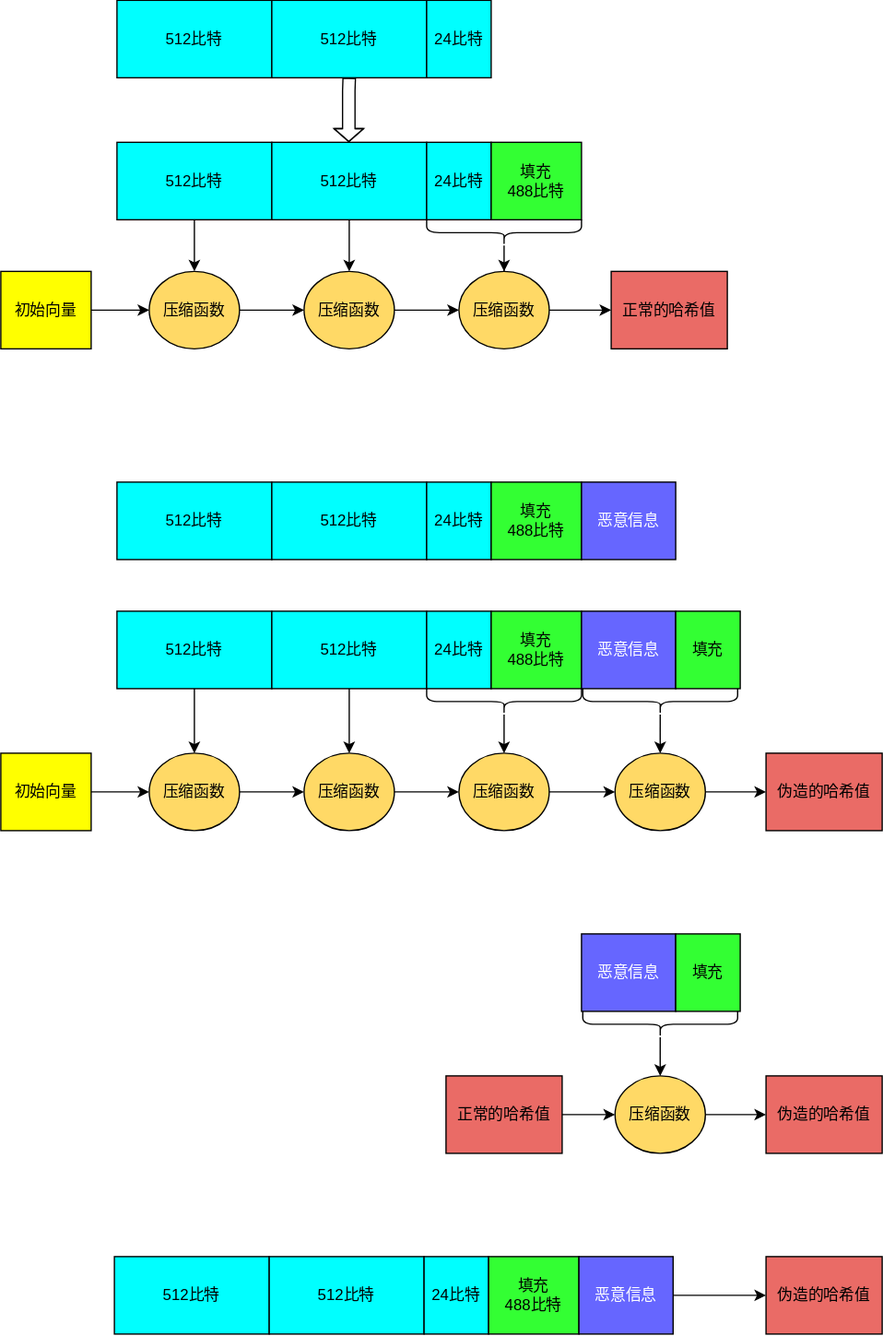
Above: Untitled Diagram.drawio.svg in douyipu/Diagrams.net (draw.io), before the change. Source tidied: cells renumbered, new cells last; positions are measured from the earlier drawing's top-left corner, leaving out a move shared by most shapes.
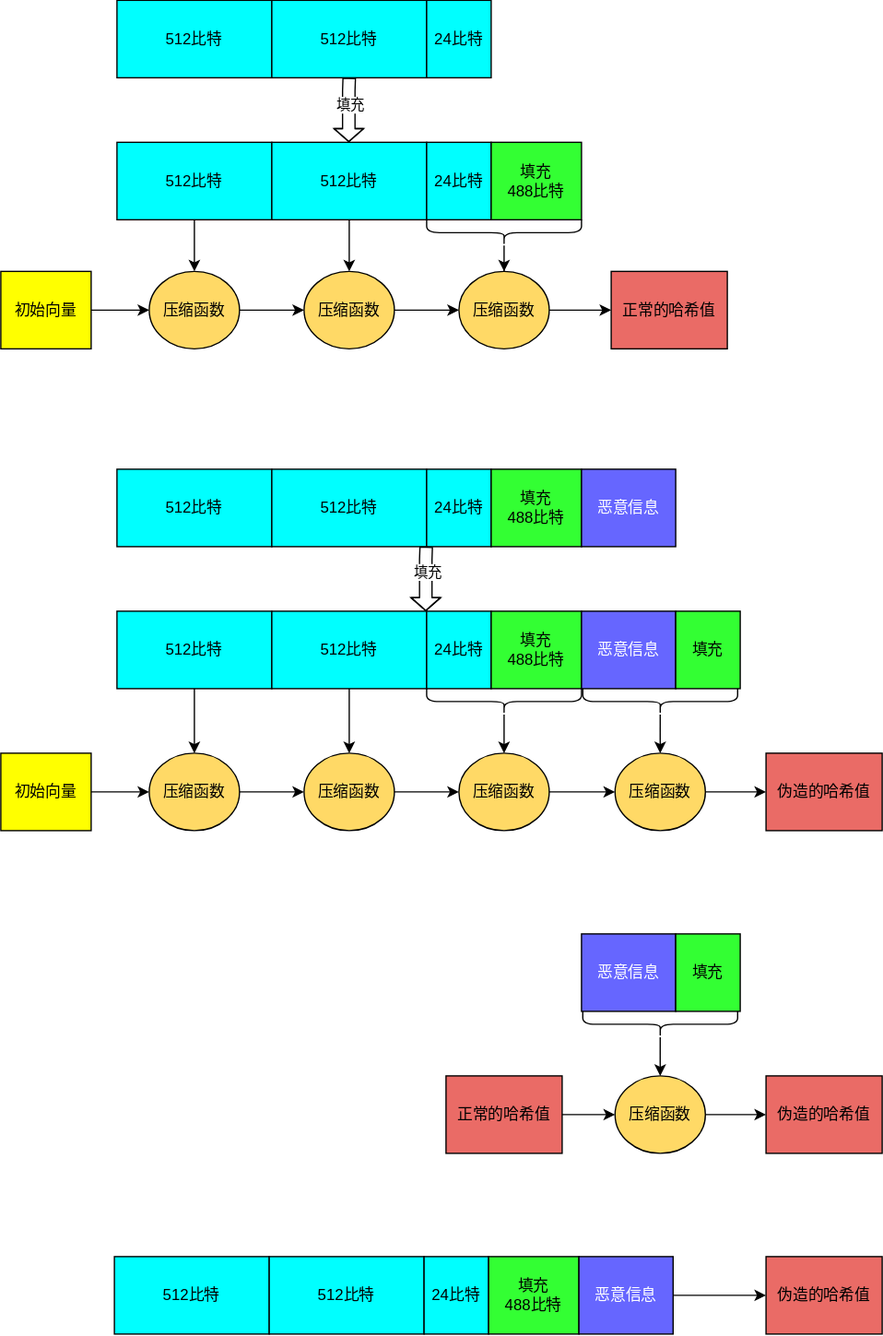
After the commit.

Change to the diagram source:
```diff
@@ -52,20 +52,23 @@
         </Array>
       </mxGeometry>
     </mxCell>
+    <mxCell id="67" value="填充" style="edgeLabel;html=1;align=center;verticalAlign=middle;fontColor=#000000;" parent="16" vertex="1">
+      <mxGeometry x="-0.17" y="1" relative="1" as="geometry" />
+    </mxCell>
     <mxCell id="17" value="512比特" style="rounded=0;whiteSpace=wrap;html=1;fillColor=#00FFFF;" parent="1" vertex="1">
-      <mxGeometry x="90" y="373" width="120" height="60" as="geometry" />
+      <mxGeometry x="90" y="363" width="120" height="60" as="geometry" />
     </mxCell>
     <mxCell id="18" value="512比特" style="rounded=0;whiteSpace=wrap;html=1;fillColor=#00FFFF;" parent="1" vertex="1">
-      <mxGeometry x="210" y="373" width="120" height="60" as="geometry" />
+      <mxGeometry x="210" y="363" width="120" height="60" as="geometry" />
     </mxCell>
     <mxCell id="19" value="24比特" style="rounded=0;whiteSpace=wrap;html=1;fillColor=#00FFFF;" parent="1" vertex="1">
-      <mxGeometry x="330" y="373" width="50" height="60" as="geometry" />
+      <mxGeometry x="330" y="363" width="50" height="60" as="geometry" />
     </mxCell>
     <mxCell id="20" value="&lt;div&gt;填充&lt;br&gt;&lt;/div&gt;&lt;div&gt;488比特&lt;/div&gt;" style="rounded=0;whiteSpace=wrap;html=1;fillColor=#33FF33;" parent="1" vertex="1">
-      <mxGeometry x="380" y="373" width="70" height="60" as="geometry" />
+      <mxGeometry x="380" y="363" width="70" height="60" as="geometry" />
     </mxCell>
     <mxCell id="21" value="恶意信息" style="rounded=0;whiteSpace=wrap;html=1;strokeColor=#000000;fillColor=#6666FF;fontColor=#FFFFFF;" parent="1" vertex="1">
-      <mxGeometry x="450" y="373" width="73" height="60" as="geometry" />
+      <mxGeometry x="450" y="363" width="73" height="60" as="geometry" />
     </mxCell>
     <mxCell id="22" style="edgeStyle=orthogonalEdgeStyle;rounded=0;jettySize=auto;html=1;strokeColor=#000000;fontColor=#FFFFFF;" parent="1" edge="1" source="23" target="30">
       <mxGeometry relative="1" as="geometry" />
@@ -202,5 +205,19 @@
     <mxCell id="66" value="伪造的哈希值" style="rounded=0;whiteSpace=wrap;html=1;fillColor=#EA6B66;" parent="1" vertex="1">
       <mxGeometry x="593" y="973" width="90" height="60" as="geometry" />
     </mxCell>
+    <mxCell id="68" style="shape=flexArrow;endArrow=classic;html=1;rounded=0;strokeColor=#000000;exitX=0.5;exitY=1;exitDx=0;exitDy=0;width=9.655172413793103;endSize=3.0206896551724136;endWidth=12.318668252080856;" parent="1" edge="1">
+      <mxGeometry relative="1" as="geometry">
+        <mxPoint x="329.6" y="423" as="sourcePoint" />
+        <mxPoint x="329.3" y="473" as="targetPoint" />
+        <Array as="points">
+          <mxPoint x="329.3" y="433" />
+        </Array>
+      </mxGeometry>
+    </mxCell>
+    <mxCell id="69" value="填充" style="edgeLabel;html=1;align=center;verticalAlign=middle;fontColor=#000000;" parent="68" vertex="1">
+      <mxGeometry x="-0.17" y="1" relative="1" as="geometry">
+        <mxPoint y="-1" as="offset" />
+      </mxGeometry>
+    </mxCell>
   </root>
 </mxGraphModel>
```
